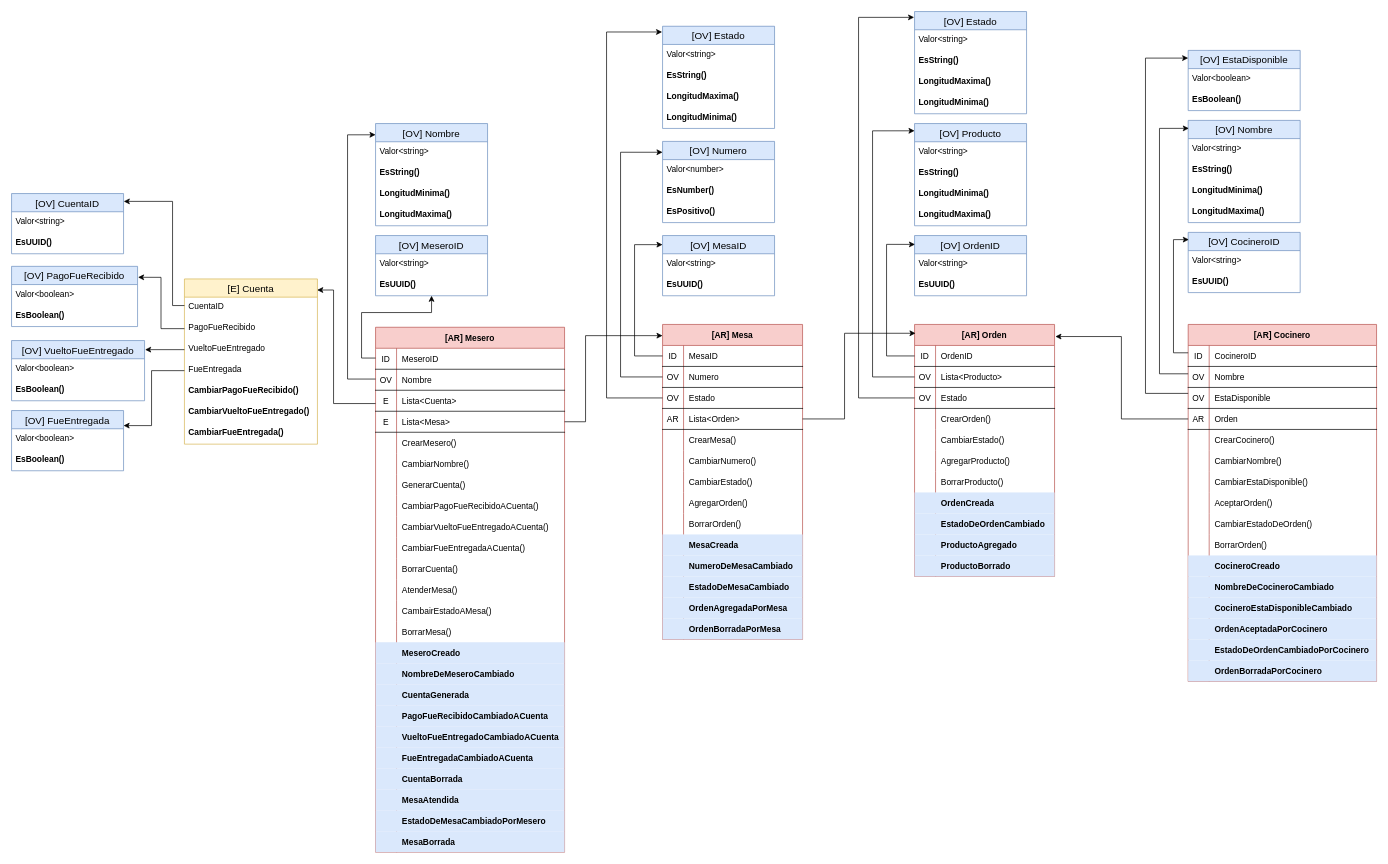
Before: page "Model" (3 of 3) of DDD Restaurante - Christian Britos.drawio in xtianbritos/C1-2023-DDD-Uruguay, a draw.io diagram. Source tidied: cells renumbered, new cells numbered last; positions are measured from the earlier drawing's top-left corner, leaving out a move shared by most shapes. Both pictures are drawn from the tidied source at 70%, with x=0, y=0 at pixel (11, 11).
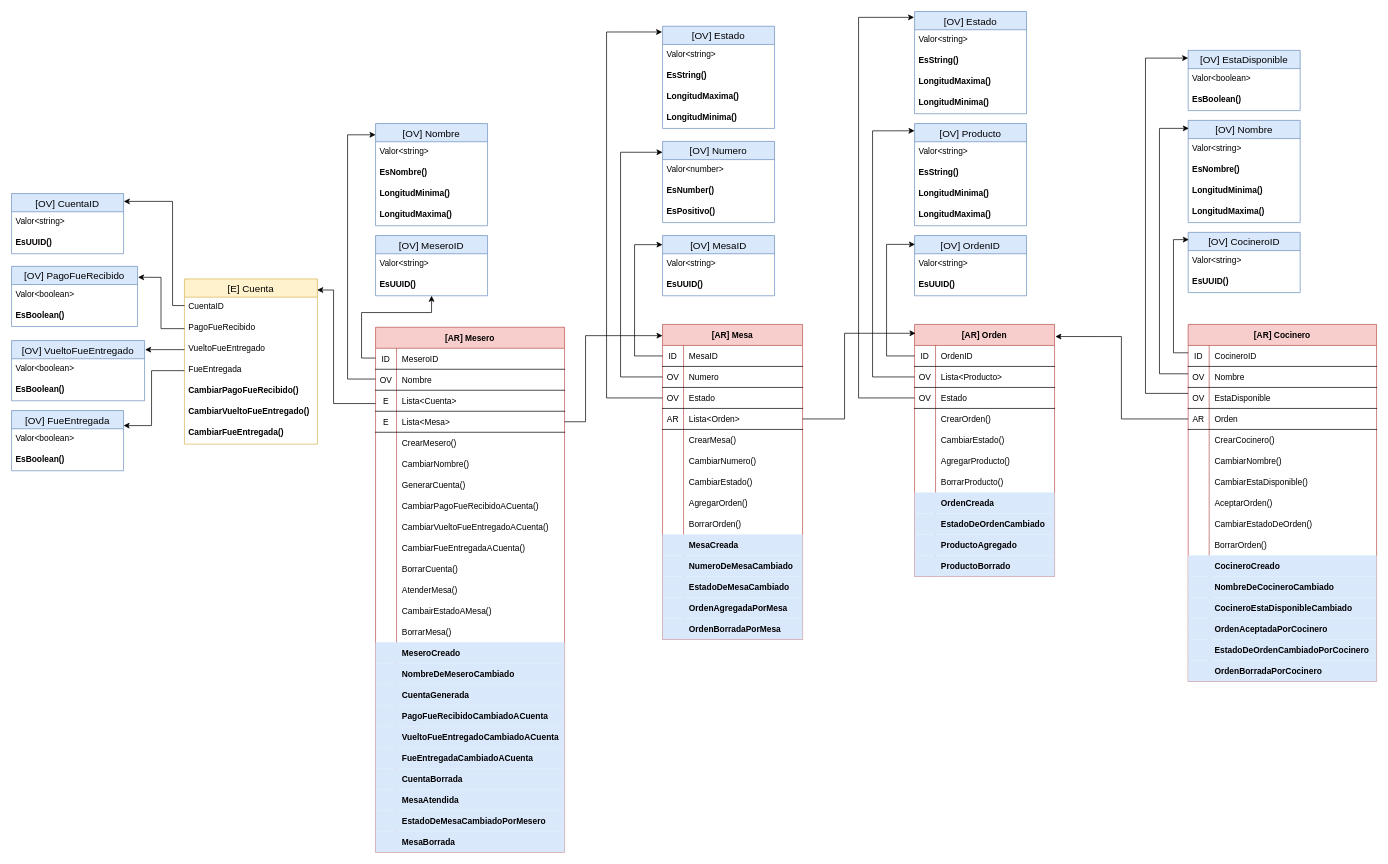
After the change.

Unchanged cells that the change refers to:
```xml
<mxCell id="142" value="[OV] Nombre" style="swimlane;fontStyle=0;horizontal=1;startSize=26;align=center;fontSize=14;fillColor=#dae8fc;strokeColor=#6c8ebf;" parent="1" vertex="1">
  <mxGeometry x="520" y="160" width="160" height="146" as="geometry" />
</mxCell>
<mxCell id="265" value="[OV] Nombre" style="swimlane;fontStyle=0;horizontal=1;startSize=26;align=center;fontSize=14;fillColor=#dae8fc;strokeColor=#6c8ebf;" parent="1" vertex="1">
  <mxGeometry x="1680.9" y="155.5" width="160" height="146" as="geometry" />
</mxCell>
```

Change to the diagram source:
```diff
@@
-    <mxCell id="144" value="EsString()" style="text;strokeColor=none;fillColor=none;spacingLeft=4;spacingRight=4;overflow=hidden;fontSize=12;fontStyle=1;" parent="142" vertex="1">
+    <mxCell id="144" value="EsNombre()" style="text;strokeColor=none;fillColor=none;spacingLeft=4;spacingRight=4;overflow=hidden;fontSize=12;fontStyle=1;" parent="142" vertex="1">
       <mxGeometry y="56" width="160" height="30" as="geometry" />
     </mxCell>
@@
-    <mxCell id="267" value="EsString()" style="text;strokeColor=none;fillColor=none;spacingLeft=4;spacingRight=4;overflow=hidden;fontSize=12;fontStyle=1;" parent="265" vertex="1">
+    <mxCell id="267" value="EsNombre()" style="text;strokeColor=none;fillColor=none;spacingLeft=4;spacingRight=4;overflow=hidden;fontSize=12;fontStyle=1;" parent="265" vertex="1">
       <mxGeometry y="56" width="160" height="30" as="geometry" />
     </mxCell>
```
